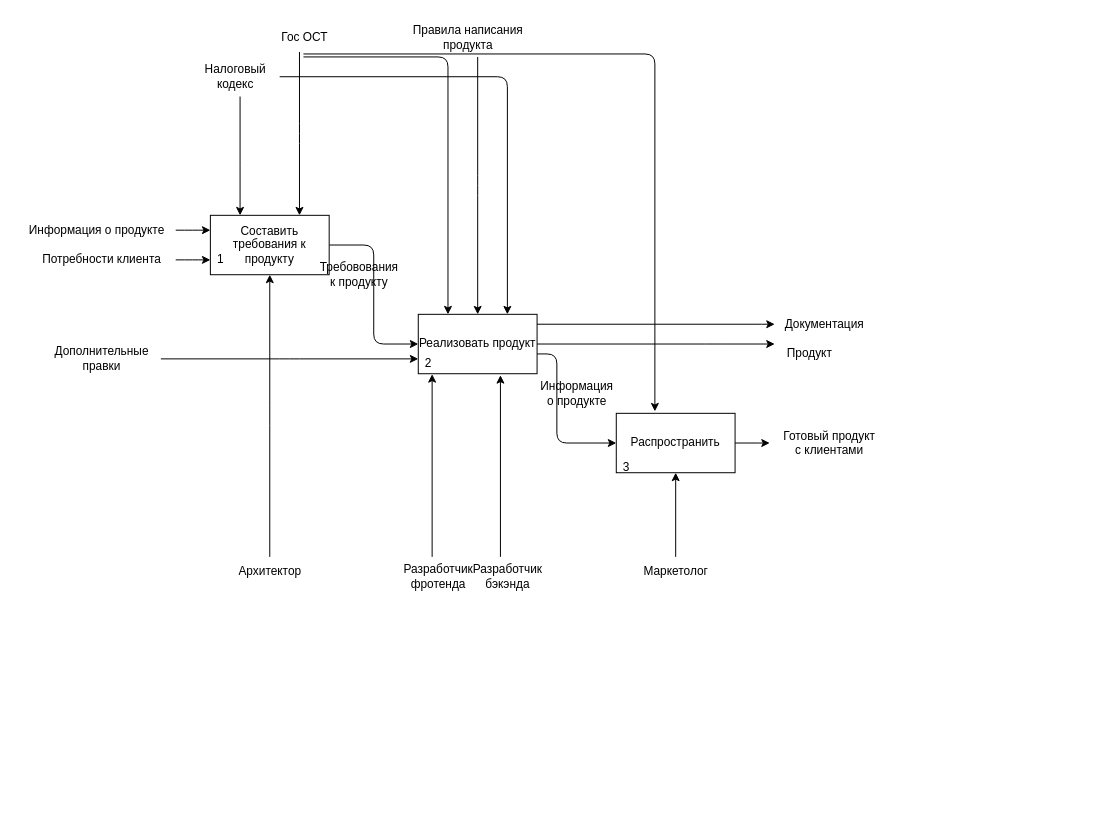
Above: page "2" (2 of 5) of lab2/lab.drawio in MBHuman/7semURAIS (draw.io), before the change. Source tidied: cells renumbered, new cells numbered last; positions are measured from the earlier drawing's top-left corner, leaving out a move shared by most shapes. Both pictures are drawn from the tidied source at 99%, with x=0, y=0 at pixel (17, 17).
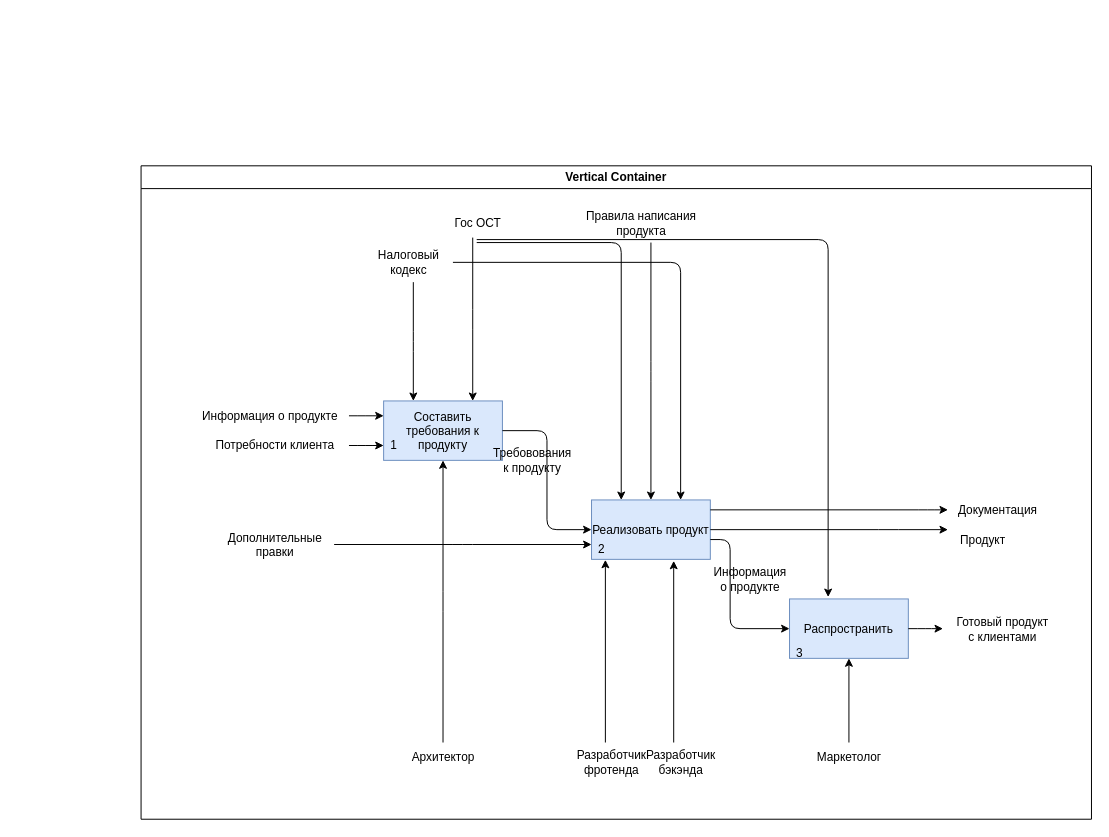
The same page after the edit.

Change to the diagram source:
```diff
@@
+    <mxCell id="41" value="Vertical Container" style="swimlane;whiteSpace=wrap;html=1;swimlaneFillColor=default;" parent="1" vertex="1">
+      <mxGeometry x="125" y="150" width="960" height="660" as="geometry" />
+    </mxCell>
+    <mxCell id="3" value="Составить требования к продукту" style="rounded=0;whiteSpace=wrap;html=1;fillColor=#dae8fc;strokeColor=#6c8ebf;" parent="41" vertex="1">
+      <mxGeometry x="245" y="237.5" width="120" height="60" as="geometry" />
+    </mxCell>
+    <mxCell id="6" value="Реализовать продукт" style="rounded=0;whiteSpace=wrap;html=1;fillColor=#dae8fc;strokeColor=#6c8ebf;" parent="41" vertex="1">
+      <mxGeometry x="455" y="337.5" width="120" height="60" as="geometry" />
+    </mxCell>
-    <mxCell id="2" style="edgeStyle=elbowEdgeStyle;html=1;entryX=0;entryY=0.5;entryDx=0;entryDy=0;" parent="1" edge="1" source="3" target="6">
+    <mxCell id="2" style="edgeStyle=elbowEdgeStyle;html=1;entryX=0;entryY=0.5;entryDx=0;entryDy=0;" parent="41" edge="1" source="3" target="6">
       <mxGeometry relative="1" as="geometry" />
     </mxCell>
-    <mxCell id="3" value="Составить требования к продукту" style="rounded=0;whiteSpace=wrap;html=1;" parent="1" vertex="1">
-      <mxGeometry x="195" y="200" width="120" height="60" as="geometry" />
-    </mxCell>
+    <mxCell id="8" value="Распространить" style="rounded=0;whiteSpace=wrap;html=1;fillColor=#dae8fc;strokeColor=#6c8ebf;" parent="41" vertex="1">
+      <mxGeometry x="655" y="437.5" width="120" height="60" as="geometry" />
+    </mxCell>
-    <mxCell id="4" style="edgeStyle=elbowEdgeStyle;html=1;entryX=0;entryY=0.5;entryDx=0;entryDy=0;" parent="1" edge="1" source="6" target="8">
+    <mxCell id="4" style="edgeStyle=elbowEdgeStyle;html=1;entryX=0;entryY=0.5;entryDx=0;entryDy=0;" parent="41" edge="1" source="6" target="8">
       <mxGeometry relative="1" as="geometry">
         <Array as="points">
-          <mxPoint x="545" y="340" />
-          <mxPoint x="555" y="330" />
+          <mxPoint x="595" y="377.5" />
+          <mxPoint x="605" y="367.5" />
         </Array>
       </mxGeometry>
     </mxCell>
-    <mxCell id="5" style="edgeStyle=elbowEdgeStyle;html=1;" parent="1" edge="1" source="6" target="32">
-      <mxGeometry relative="1" as="geometry">
-        <Array as="points">
-          <mxPoint x="705" y="330" />
-          <mxPoint x="615" y="330" />
-          <mxPoint x="745" y="320" />
-          <mxPoint x="685" y="320" />
-          <mxPoint x="615" y="320" />
-        </Array>
-      </mxGeometry>
-    </mxCell>
-    <mxCell id="6" value="Реализовать продукт" style="rounded=0;whiteSpace=wrap;html=1;" parent="1" vertex="1">
-      <mxGeometry x="405" y="300" width="120" height="60" as="geometry" />
-    </mxCell>
-    <mxCell id="7" style="edgeStyle=elbowEdgeStyle;html=1;" parent="1" edge="1" source="8" target="35">
-      <mxGeometry relative="1" as="geometry" />
-    </mxCell>
-    <mxCell id="8" value="Распространить" style="rounded=0;whiteSpace=wrap;html=1;" parent="1" vertex="1">
-      <mxGeometry x="605" y="400" width="120" height="60" as="geometry" />
-    </mxCell>
-    <mxCell id="9" style="edgeStyle=elbowEdgeStyle;html=1;entryX=0;entryY=0.25;entryDx=0;entryDy=0;" parent="1" edge="1" source="10" target="3">
+    <mxCell id="9" style="edgeStyle=elbowEdgeStyle;html=1;entryX=0;entryY=0.25;entryDx=0;entryDy=0;" parent="41" edge="1" source="10" target="3">
       <mxGeometry relative="1" as="geometry" />
     </mxCell>
-    <mxCell id="10" value="Информация о продукте" style="text;html=1;align=center;verticalAlign=middle;points=[];strokeColor=none;fillColor=none;" parent="1" vertex="1">
-      <mxGeometry y="200" width="160" height="30" as="geometry" />
+    <mxCell id="10" value="Информация о продукте" style="text;html=1;align=center;verticalAlign=middle;points=[];strokeColor=none;fillColor=none;" parent="41" vertex="1">
+      <mxGeometry x="50" y="237.5" width="160" height="30" as="geometry" />
     </mxCell>
-    <mxCell id="11" style="edgeStyle=elbowEdgeStyle;html=1;entryX=0;entryY=0.75;entryDx=0;entryDy=0;" parent="1" edge="1" source="12" target="3">
+    <mxCell id="11" style="edgeStyle=elbowEdgeStyle;html=1;entryX=0;entryY=0.75;entryDx=0;entryDy=0;" parent="41" edge="1" source="12" target="3">
       <mxGeometry relative="1" as="geometry" />
     </mxCell>
-    <mxCell id="12" value="Потребности клиента" style="text;html=1;align=center;verticalAlign=middle;points=[];strokeColor=none;fillColor=none;" parent="1" vertex="1">
-      <mxGeometry x="10" y="230" width="150" height="30" as="geometry" />
+    <mxCell id="12" value="Потребности клиента" style="text;html=1;align=center;verticalAlign=middle;points=[];strokeColor=none;fillColor=none;" parent="41" vertex="1">
+      <mxGeometry x="60" y="267.5" width="150" height="30" as="geometry" />
     </mxCell>
-    <mxCell id="13" style="html=1;edgeStyle=elbowEdgeStyle;" parent="1" edge="1" source="14" target="3">
+    <mxCell id="13" style="html=1;edgeStyle=elbowEdgeStyle;" parent="41" edge="1" source="14" target="3">
       <mxGeometry relative="1" as="geometry" />
     </mxCell>
-    <mxCell id="14" value="Архитектор" style="text;html=1;align=center;verticalAlign=middle;points=[];strokeColor=none;fillColor=none;" parent="1" vertex="1">
-      <mxGeometry x="210" y="545" width="90" height="30" as="geometry" />
+    <mxCell id="14" value="Архитектор" style="text;html=1;align=center;verticalAlign=middle;points=[];strokeColor=none;fillColor=none;" parent="41" vertex="1">
+      <mxGeometry x="260" y="582.5" width="90" height="30" as="geometry" />
     </mxCell>
-    <mxCell id="15" style="edgeStyle=elbowEdgeStyle;html=1;entryX=0.25;entryY=0;entryDx=0;entryDy=0;" parent="1" edge="1" source="17" target="3">
+    <mxCell id="15" style="edgeStyle=elbowEdgeStyle;html=1;entryX=0.25;entryY=0;entryDx=0;entryDy=0;" parent="41" edge="1" source="17" target="3">
       <mxGeometry relative="1" as="geometry" />
     </mxCell>
-    <mxCell id="16" style="edgeStyle=elbowEdgeStyle;html=1;entryX=0.75;entryY=0;entryDx=0;entryDy=0;" parent="1" edge="1" source="17" target="6">
+    <mxCell id="16" style="edgeStyle=elbowEdgeStyle;html=1;entryX=0.75;entryY=0;entryDx=0;entryDy=0;" parent="41" edge="1" source="17" target="6">
       <mxGeometry relative="1" as="geometry">
         <Array as="points">
-          <mxPoint x="495" y="190" />
+          <mxPoint x="545" y="227.5" />
         </Array>
       </mxGeometry>
     </mxCell>
-    <mxCell id="17" value="Налоговый &lt;br&gt;кодекс" style="text;html=1;align=center;verticalAlign=middle;points=[];strokeColor=none;fillColor=none;" parent="1" vertex="1">
-      <mxGeometry x="175" y="40" width="90" height="40" as="geometry" />
+    <mxCell id="17" value="Налоговый &lt;br&gt;кодекс" style="text;html=1;align=center;verticalAlign=middle;points=[];strokeColor=none;fillColor=none;" parent="41" vertex="1">
+      <mxGeometry x="225" y="77.5" width="90" height="40" as="geometry" />
     </mxCell>
-    <mxCell id="18" style="edgeStyle=elbowEdgeStyle;html=1;entryX=0.75;entryY=0;entryDx=0;entryDy=0;" parent="1" edge="1" source="21" target="3">
+    <mxCell id="18" style="edgeStyle=elbowEdgeStyle;html=1;entryX=0.75;entryY=0;entryDx=0;entryDy=0;" parent="41" edge="1" source="21" target="3">
       <mxGeometry relative="1" as="geometry" />
     </mxCell>
-    <mxCell id="19" style="edgeStyle=elbowEdgeStyle;html=1;entryX=0.25;entryY=0;entryDx=0;entryDy=0;exitX=0.486;exitY=1.167;exitDx=0;exitDy=0;exitPerimeter=0;" parent="1" edge="1" source="21" target="6">
+    <mxCell id="19" style="edgeStyle=elbowEdgeStyle;html=1;entryX=0.25;entryY=0;entryDx=0;entryDy=0;exitX=0.486;exitY=1.167;exitDx=0;exitDy=0;exitPerimeter=0;" parent="41" edge="1" source="21" target="6">
       <mxGeometry relative="1" as="geometry">
         <Array as="points">
-          <mxPoint x="435" y="170" />
+          <mxPoint x="485" y="207.5" />
         </Array>
       </mxGeometry>
     </mxCell>
-    <mxCell id="20" style="edgeStyle=elbowEdgeStyle;html=1;entryX=0.325;entryY=-0.033;entryDx=0;entryDy=0;entryPerimeter=0;exitX=0.486;exitY=1.067;exitDx=0;exitDy=0;exitPerimeter=0;" parent="1" edge="1" source="21" target="8">
+    <mxCell id="20" style="edgeStyle=elbowEdgeStyle;html=1;entryX=0.325;entryY=-0.033;entryDx=0;entryDy=0;entryPerimeter=0;exitX=0.486;exitY=1.067;exitDx=0;exitDy=0;exitPerimeter=0;" parent="41" edge="1" source="21" target="8">
       <mxGeometry relative="1" as="geometry">
         <Array as="points">
-          <mxPoint x="644" y="220" />
+          <mxPoint x="694" y="257.5" />
         </Array>
       </mxGeometry>
     </mxCell>
-    <mxCell id="21" value="Гос ОСТ" style="text;html=1;align=center;verticalAlign=middle;points=[];strokeColor=none;fillColor=none;" parent="1" vertex="1">
-      <mxGeometry x="255" y="5" width="70" height="30" as="geometry" />
+    <mxCell id="21" value="Гос ОСТ" style="text;html=1;align=center;verticalAlign=middle;points=[];strokeColor=none;fillColor=none;" parent="41" vertex="1">
+      <mxGeometry x="305" y="42.5" width="70" height="30" as="geometry" />
     </mxCell>
-    <mxCell id="22" style="edgeStyle=elbowEdgeStyle;html=1;" parent="1" edge="1" source="23" target="6">
+    <mxCell id="22" style="edgeStyle=elbowEdgeStyle;html=1;" parent="41" edge="1" source="23" target="6">
       <mxGeometry relative="1" as="geometry" />
     </mxCell>
-    <mxCell id="23" value="Правила написания&lt;br&gt;продукта" style="text;html=1;align=center;verticalAlign=middle;points=[];strokeColor=none;fillColor=none;" parent="1" vertex="1">
-      <mxGeometry x="385" width="140" height="40" as="geometry" />
+    <mxCell id="23" value="Правила написания&lt;br&gt;продукта" style="text;html=1;align=center;verticalAlign=middle;points=[];strokeColor=none;fillColor=none;" parent="41" vertex="1">
+      <mxGeometry x="435" y="37.5" width="140" height="40" as="geometry" />
     </mxCell>
-    <mxCell id="24" style="html=1;entryX=0.117;entryY=1.008;entryDx=0;entryDy=0;entryPerimeter=0;edgeStyle=elbowEdgeStyle;" parent="1" edge="1" source="25" target="6">
+    <mxCell id="24" style="html=1;entryX=0.117;entryY=1.008;entryDx=0;entryDy=0;entryPerimeter=0;edgeStyle=elbowEdgeStyle;" parent="41" edge="1" source="25" target="6">
       <mxGeometry relative="1" as="geometry" />
     </mxCell>
-    <mxCell id="25" value="Разработчик&lt;br&gt;фротенда" style="text;html=1;align=center;verticalAlign=middle;points=[];strokeColor=none;fillColor=none;" parent="1" vertex="1">
-      <mxGeometry x="375" y="545" width="100" height="40" as="geometry" />
+    <mxCell id="25" value="Разработчик&lt;br&gt;фротенда" style="text;html=1;align=center;verticalAlign=middle;points=[];strokeColor=none;fillColor=none;" parent="41" vertex="1">
+      <mxGeometry x="425" y="582.5" width="100" height="40" as="geometry" />
     </mxCell>
-    <mxCell id="26" style="html=1;entryX=0.692;entryY=1.025;entryDx=0;entryDy=0;entryPerimeter=0;edgeStyle=elbowEdgeStyle;" parent="1" edge="1" source="27" target="6">
+    <mxCell id="26" style="html=1;entryX=0.692;entryY=1.025;entryDx=0;entryDy=0;entryPerimeter=0;edgeStyle=elbowEdgeStyle;" parent="41" edge="1" source="27" target="6">
       <mxGeometry relative="1" as="geometry" />
     </mxCell>
-    <mxCell id="27" value="Разработчик &lt;br&gt;бэкэнда" style="text;html=1;align=center;verticalAlign=middle;points=[];strokeColor=none;fillColor=none;" parent="1" vertex="1">
-      <mxGeometry x="445" y="545" width="100" height="40" as="geometry" />
+    <mxCell id="27" value="Разработчик &lt;br&gt;бэкэнда" style="text;html=1;align=center;verticalAlign=middle;points=[];strokeColor=none;fillColor=none;" parent="41" vertex="1">
+      <mxGeometry x="495" y="582.5" width="100" height="40" as="geometry" />
     </mxCell>
-    <mxCell id="28" style="edgeStyle=none;html=1;" parent="1" edge="1" source="29" target="8">
+    <mxCell id="28" style="edgeStyle=none;html=1;" parent="41" edge="1" source="29" target="8">
       <mxGeometry relative="1" as="geometry" />
     </mxCell>
-    <mxCell id="29" value="Маркетолог" style="text;html=1;align=center;verticalAlign=middle;points=[];strokeColor=none;fillColor=none;" parent="1" vertex="1">
-      <mxGeometry x="620" y="545" width="90" height="30" as="geometry" />
+    <mxCell id="29" value="Маркетолог" style="text;html=1;align=center;verticalAlign=middle;points=[];strokeColor=none;fillColor=none;" parent="41" vertex="1">
+      <mxGeometry x="670" y="582.5" width="90" height="30" as="geometry" />
     </mxCell>
-    <mxCell id="30" style="edgeStyle=elbowEdgeStyle;html=1;entryX=0;entryY=0.75;entryDx=0;entryDy=0;" parent="1" edge="1" source="31" target="6">
+    <mxCell id="30" style="edgeStyle=elbowEdgeStyle;html=1;entryX=0;entryY=0.75;entryDx=0;entryDy=0;" parent="41" edge="1" source="31" target="6">
       <mxGeometry relative="1" as="geometry" />
     </mxCell>
-    <mxCell id="31" value="Дополнительные&lt;br&gt;правки" style="text;html=1;align=center;verticalAlign=middle;points=[];strokeColor=none;fillColor=none;" parent="1" vertex="1">
-      <mxGeometry x="25" y="325" width="120" height="40" as="geometry" />
+    <mxCell id="31" value="Дополнительные&lt;br&gt;правки" style="text;html=1;align=center;verticalAlign=middle;points=[];strokeColor=none;fillColor=none;" parent="41" vertex="1">
+      <mxGeometry x="75" y="362.5" width="120" height="40" as="geometry" />
     </mxCell>
-    <mxCell id="32" value="Продукт" style="text;html=1;align=center;verticalAlign=middle;points=[];strokeColor=none;fillColor=none;" parent="1" vertex="1">
-      <mxGeometry x="765" y="325" width="70" height="30" as="geometry" />
+    <mxCell id="32" value="Продукт" style="text;html=1;align=center;verticalAlign=middle;points=[];strokeColor=none;fillColor=none;" parent="41" vertex="1">
+      <mxGeometry x="815" y="362.5" width="70" height="30" as="geometry" />
     </mxCell>
-    <mxCell id="33" style="edgeStyle=elbowEdgeStyle;html=1;" parent="1" edge="1">
-      <mxGeometry relative="1" as="geometry">
-        <mxPoint x="525" y="310" as="sourcePoint" />
-        <mxPoint x="765" y="310" as="targetPoint" />
-        <Array as="points">
-          <mxPoint x="745" y="310" />
-          <mxPoint x="685" y="310" />
-          <mxPoint x="615" y="310" />
-        </Array>
-      </mxGeometry>
-    </mxCell>
+    <mxCell id="5" style="edgeStyle=elbowEdgeStyle;html=1;" parent="41" edge="1" source="6" target="32">
+      <mxGeometry relative="1" as="geometry">
+        <Array as="points">
+          <mxPoint x="755" y="367.5" />
+          <mxPoint x="665" y="367.5" />
+          <mxPoint x="795" y="357.5" />
+          <mxPoint x="735" y="357.5" />
+          <mxPoint x="665" y="357.5" />
+        </Array>
+      </mxGeometry>
+    </mxCell>
+    <mxCell id="42" style="edgeStyle=elbowEdgeStyle;html=1;" parent="41" edge="1">
+      <mxGeometry relative="1" as="geometry">
+        <mxPoint x="575" y="347.5" as="sourcePoint" />
+        <mxPoint x="815" y="347.5" as="targetPoint" />
+        <Array as="points">
+          <mxPoint x="795" y="347.5" />
+          <mxPoint x="735" y="347.5" />
+          <mxPoint x="665" y="347.5" />
+        </Array>
+      </mxGeometry>
+    </mxCell>
-    <mxCell id="34" value="Документация" style="text;html=1;align=center;verticalAlign=middle;strokeColor=none;fillColor=none;" parent="1" vertex="1">
-      <mxGeometry x="760" y="295" width="110" height="30" as="geometry" />
+    <mxCell id="34" value="Документация" style="text;html=1;align=center;verticalAlign=middle;strokeColor=none;fillColor=none;" parent="41" vertex="1">
+      <mxGeometry x="810" y="332.5" width="110" height="30" as="geometry" />
     </mxCell>
-    <mxCell id="35" value="Готовый продукт&lt;br&gt;с клиентами" style="text;html=1;align=center;verticalAlign=middle;points=[];strokeColor=none;fillColor=none;" parent="1" vertex="1">
-      <mxGeometry x="760" y="410" width="120" height="40" as="geometry" />
+    <mxCell id="35" value="Готовый продукт&lt;br&gt;с клиентами" style="text;html=1;align=center;verticalAlign=middle;points=[];strokeColor=none;fillColor=none;" parent="41" vertex="1">
+      <mxGeometry x="810" y="447.5" width="120" height="40" as="geometry" />
     </mxCell>
+    <mxCell id="7" style="edgeStyle=elbowEdgeStyle;html=1;" parent="41" edge="1" source="8" target="35">
+      <mxGeometry relative="1" as="geometry" />
+    </mxCell>
-    <mxCell id="36" value="Информация&lt;br&gt;о продукте" style="text;html=1;align=center;verticalAlign=middle;strokeColor=none;fillColor=none;" parent="1" vertex="1">
-      <mxGeometry x="515" y="360" width="100" height="40" as="geometry" />
+    <mxCell id="36" value="Информация&lt;br&gt;о продукте" style="text;html=1;align=center;verticalAlign=middle;strokeColor=none;fillColor=none;" parent="41" vertex="1">
+      <mxGeometry x="565" y="397.5" width="100" height="40" as="geometry" />
     </mxCell>
-    <mxCell id="37" value="Требовования&lt;br&gt;к продукту" style="text;html=1;align=center;verticalAlign=middle;strokeColor=none;fillColor=none;" parent="1" vertex="1">
-      <mxGeometry x="295" y="240" width="100" height="40" as="geometry" />
+    <mxCell id="37" value="Требовования&lt;br&gt;к продукту" style="text;html=1;align=center;verticalAlign=middle;strokeColor=none;fillColor=none;" parent="41" vertex="1">
+      <mxGeometry x="345" y="277.5" width="100" height="40" as="geometry" />
     </mxCell>
-    <mxCell id="38" value="1" style="text;html=1;align=center;verticalAlign=middle;strokeColor=none;fillColor=none;" parent="1" vertex="1">
-      <mxGeometry x="190" y="230" width="30" height="30" as="geometry" />
+    <mxCell id="38" value="1" style="text;html=1;align=center;verticalAlign=middle;strokeColor=none;fillColor=none;" parent="41" vertex="1">
+      <mxGeometry x="240" y="267.5" width="30" height="30" as="geometry" />
     </mxCell>
-    <mxCell id="39" value="2" style="text;html=1;align=center;verticalAlign=middle;strokeColor=none;fillColor=none;" parent="1" vertex="1">
-      <mxGeometry x="400" y="335" width="30" height="30" as="geometry" />
+    <mxCell id="39" value="2" style="text;html=1;align=center;verticalAlign=middle;strokeColor=none;fillColor=none;" parent="41" vertex="1">
+      <mxGeometry x="450" y="372.5" width="30" height="30" as="geometry" />
     </mxCell>
-    <mxCell id="40" value="3" style="text;html=1;align=center;verticalAlign=middle;strokeColor=none;fillColor=none;" parent="1" vertex="1">
-      <mxGeometry x="600" y="440" width="30" height="30" as="geometry" />
+    <mxCell id="40" value="3" style="text;html=1;align=center;verticalAlign=middle;strokeColor=none;fillColor=none;" parent="41" vertex="1">
+      <mxGeometry x="650" y="477.5" width="30" height="30" as="geometry" />
     </mxCell>
```
